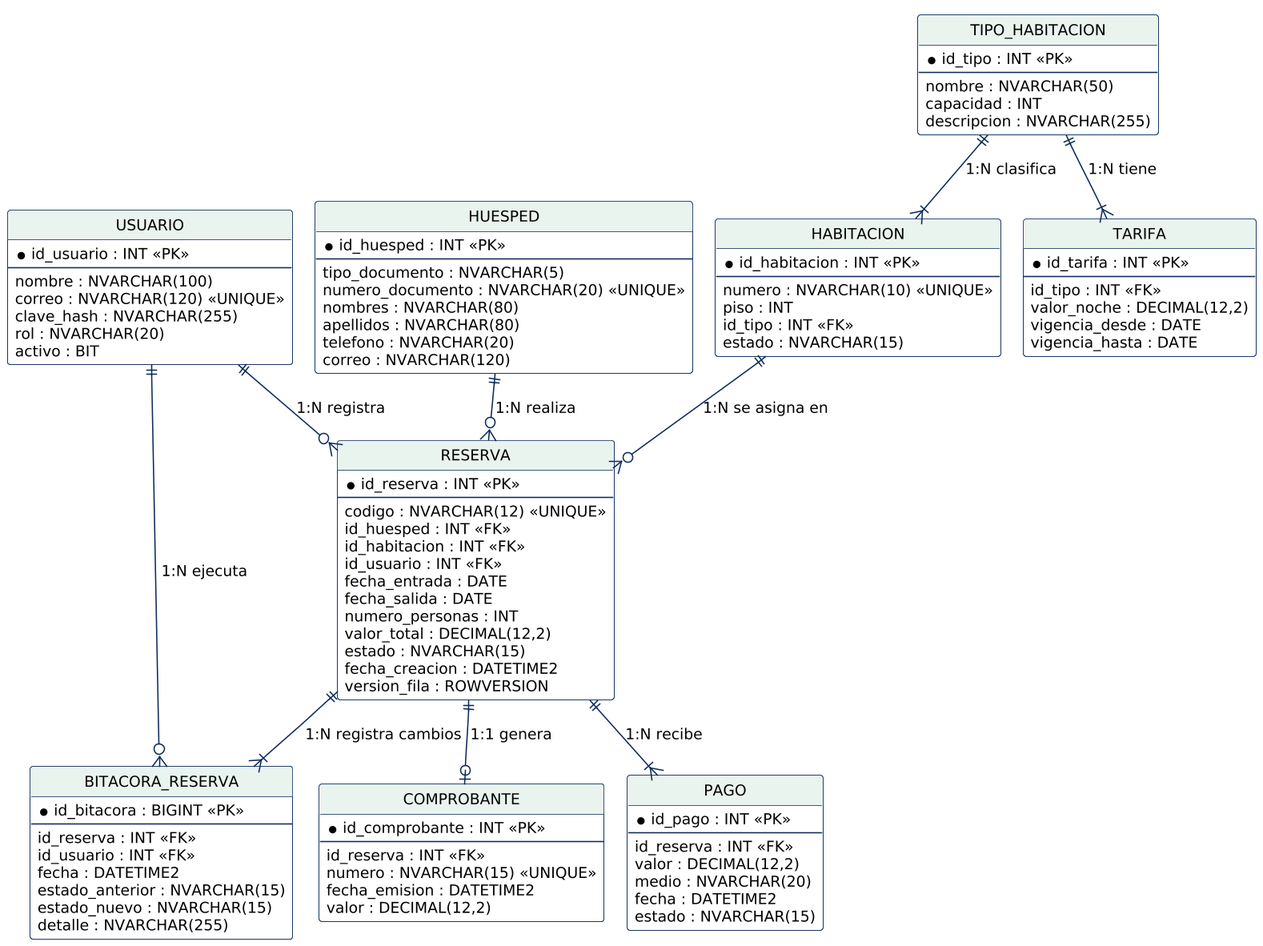
This is docs/diagramas/modelo-relacional.png from gustavo8015/HotelReservas, a PlantUML export, as it was before one commit. The source it was exported from:
```plantuml
@startuml
skinparamlocked dpi 150
!pragma layout smetana
skinparam backgroundColor white
skinparam defaultFontName Arial
skinparam defaultFontSize 12
skinparam shadowing false
skinparam linetype ortho
skinparam class {
  BorderColor #0B2A5B
  BackgroundColor white
  HeaderBackgroundColor #EAF4EE
}
skinparam ArrowColor #0B2A5B
hide circle
hide methods

entity "USUARIO" as usuario {
  * id_usuario : INT <<PK>>
  --
  nombre : NVARCHAR(100)
  correo : NVARCHAR(120) <<UNIQUE>>
  clave_hash : NVARCHAR(255)
  rol : NVARCHAR(20)
  activo : BIT
}
entity "HUESPED" as huesped {
  * id_huesped : INT <<PK>>
  --
  tipo_documento : NVARCHAR(5)
  numero_documento : NVARCHAR(20) <<UNIQUE>>
  nombres : NVARCHAR(80)
  apellidos : NVARCHAR(80)
  telefono : NVARCHAR(20)
  correo : NVARCHAR(120)
}
entity "TIPO_HABITACION" as tipo {
  * id_tipo : INT <<PK>>
  --
  nombre : NVARCHAR(50)
  capacidad : INT
  descripcion : NVARCHAR(255)
}
entity "HABITACION" as hab {
  * id_habitacion : INT <<PK>>
  --
  numero : NVARCHAR(10) <<UNIQUE>>
  piso : INT
  id_tipo : INT <<FK>>
  estado : NVARCHAR(15)
}
entity "TARIFA" as tarifa {
  * id_tarifa : INT <<PK>>
  --
  id_tipo : INT <<FK>>
  valor_noche : DECIMAL(12,2)
  vigencia_desde : DATE
  vigencia_hasta : DATE
}
entity "RESERVA" as reserva {
  * id_reserva : INT <<PK>>
  --
  codigo : NVARCHAR(12) <<UNIQUE>>
  id_huesped : INT <<FK>>
  id_habitacion : INT <<FK>>
  id_usuario : INT <<FK>>
  fecha_entrada : DATE
  fecha_salida : DATE
  numero_personas : INT
  valor_total : DECIMAL(12,2)
  estado : NVARCHAR(15)
  fecha_creacion : DATETIME2
  version_fila : ROWVERSION
}
entity "PAGO" as pago {
  * id_pago : INT <<PK>>
  --
  id_reserva : INT <<FK>>
  valor : DECIMAL(12,2)
  medio : NVARCHAR(20)
  fecha : DATETIME2
  estado : NVARCHAR(15)
}
entity "COMPROBANTE" as comp {
  * id_comprobante : INT <<PK>>
  --
  id_reserva : INT <<FK>>
  numero : NVARCHAR(15) <<UNIQUE>>
  fecha_emision : DATETIME2
  valor : DECIMAL(12,2)
}
entity "BITACORA_RESERVA" as bit {
  * id_bitacora : BIGINT <<PK>>
  --
  id_reserva : INT <<FK>>
  id_usuario : INT <<FK>>
  fecha : DATETIME2
  estado_anterior : NVARCHAR(15)
  estado_nuevo : NVARCHAR(15)
  detalle : NVARCHAR(255)
}

tipo ||--|{ hab : "1:N clasifica"
tipo ||--|{ tarifa : "1:N tiene"
huesped ||--o{ reserva : "1:N realiza"
hab ||--o{ reserva : "1:N se asigna en"
usuario ||--o{ reserva : "1:N registra"
reserva ||--|{ pago : "1:N recibe"
reserva ||--o| comp : "1:1 genera"
reserva ||--|{ bit : "1:N registra cambios"
usuario ||--o{ bit : "1:N ejecuta"
@enduml
```
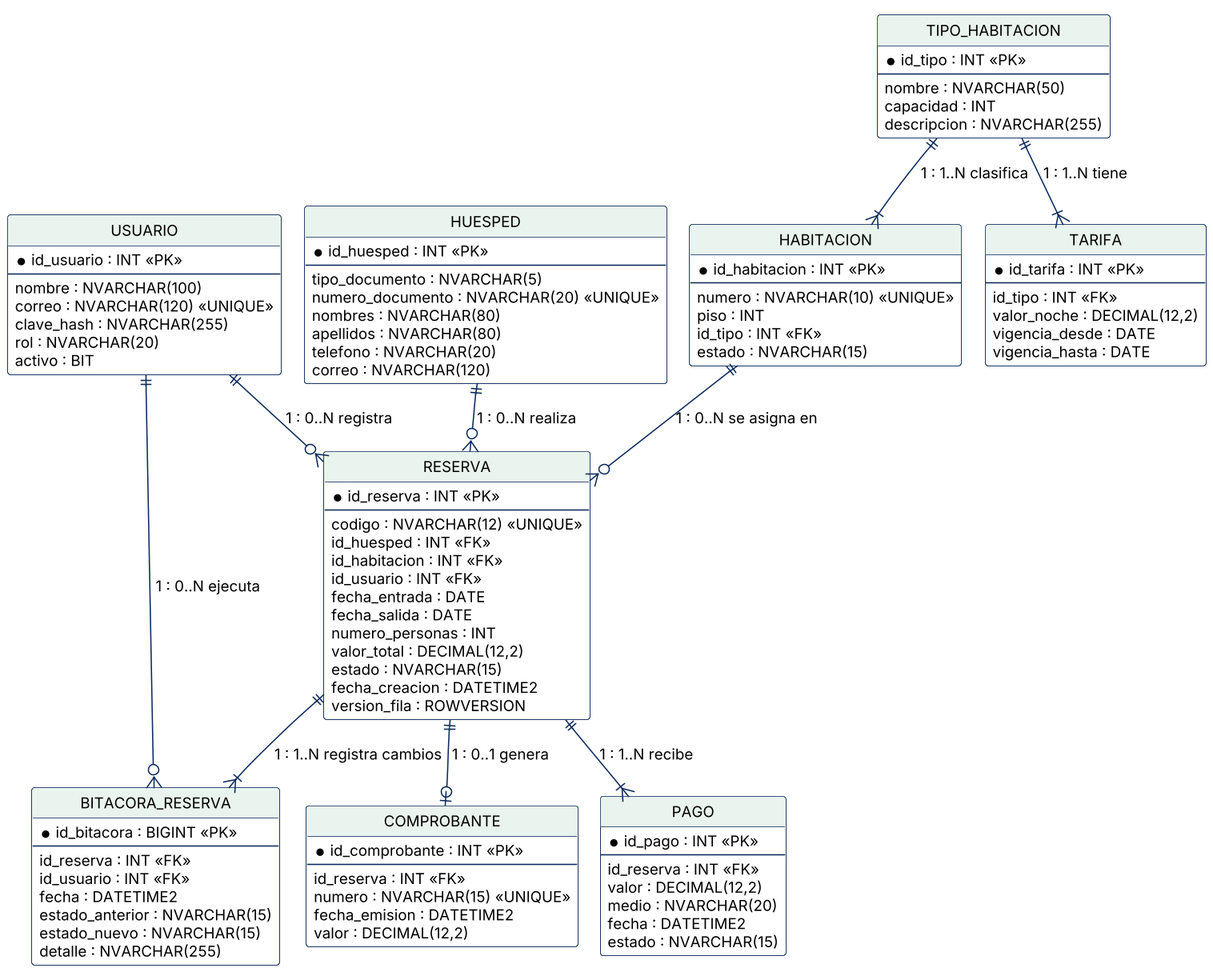
The same diagram one commit later.

Commit message:
Entrega S9: diagramas de clases y relacional corregidos y flujo del asistente de IA

Change to the diagram source:
```diff
@@ -100,13 +100,13 @@
   detalle : NVARCHAR(255)
 }
 
-tipo ||--|{ hab : "1:N clasifica"
-tipo ||--|{ tarifa : "1:N tiene"
-huesped ||--o{ reserva : "1:N realiza"
-hab ||--o{ reserva : "1:N se asigna en"
-usuario ||--o{ reserva : "1:N registra"
-reserva ||--|{ pago : "1:N recibe"
-reserva ||--o| comp : "1:1 genera"
-reserva ||--|{ bit : "1:N registra cambios"
-usuario ||--o{ bit : "1:N ejecuta"
+tipo ||--|{ hab : "1 : 1..N clasifica"
+tipo ||--|{ tarifa : "1 : 1..N tiene"
+huesped ||--o{ reserva : "1 : 0..N realiza"
+hab ||--o{ reserva : "1 : 0..N se asigna en"
+usuario ||--o{ reserva : "1 : 0..N registra"
+reserva ||--|{ pago : "1 : 1..N recibe"
+reserva ||--o| comp : "1 : 0..1 genera"
+reserva ||--|{ bit : "1 : 1..N registra cambios"
+usuario ||--o{ bit : "1 : 0..N ejecuta"
 @enduml
```
